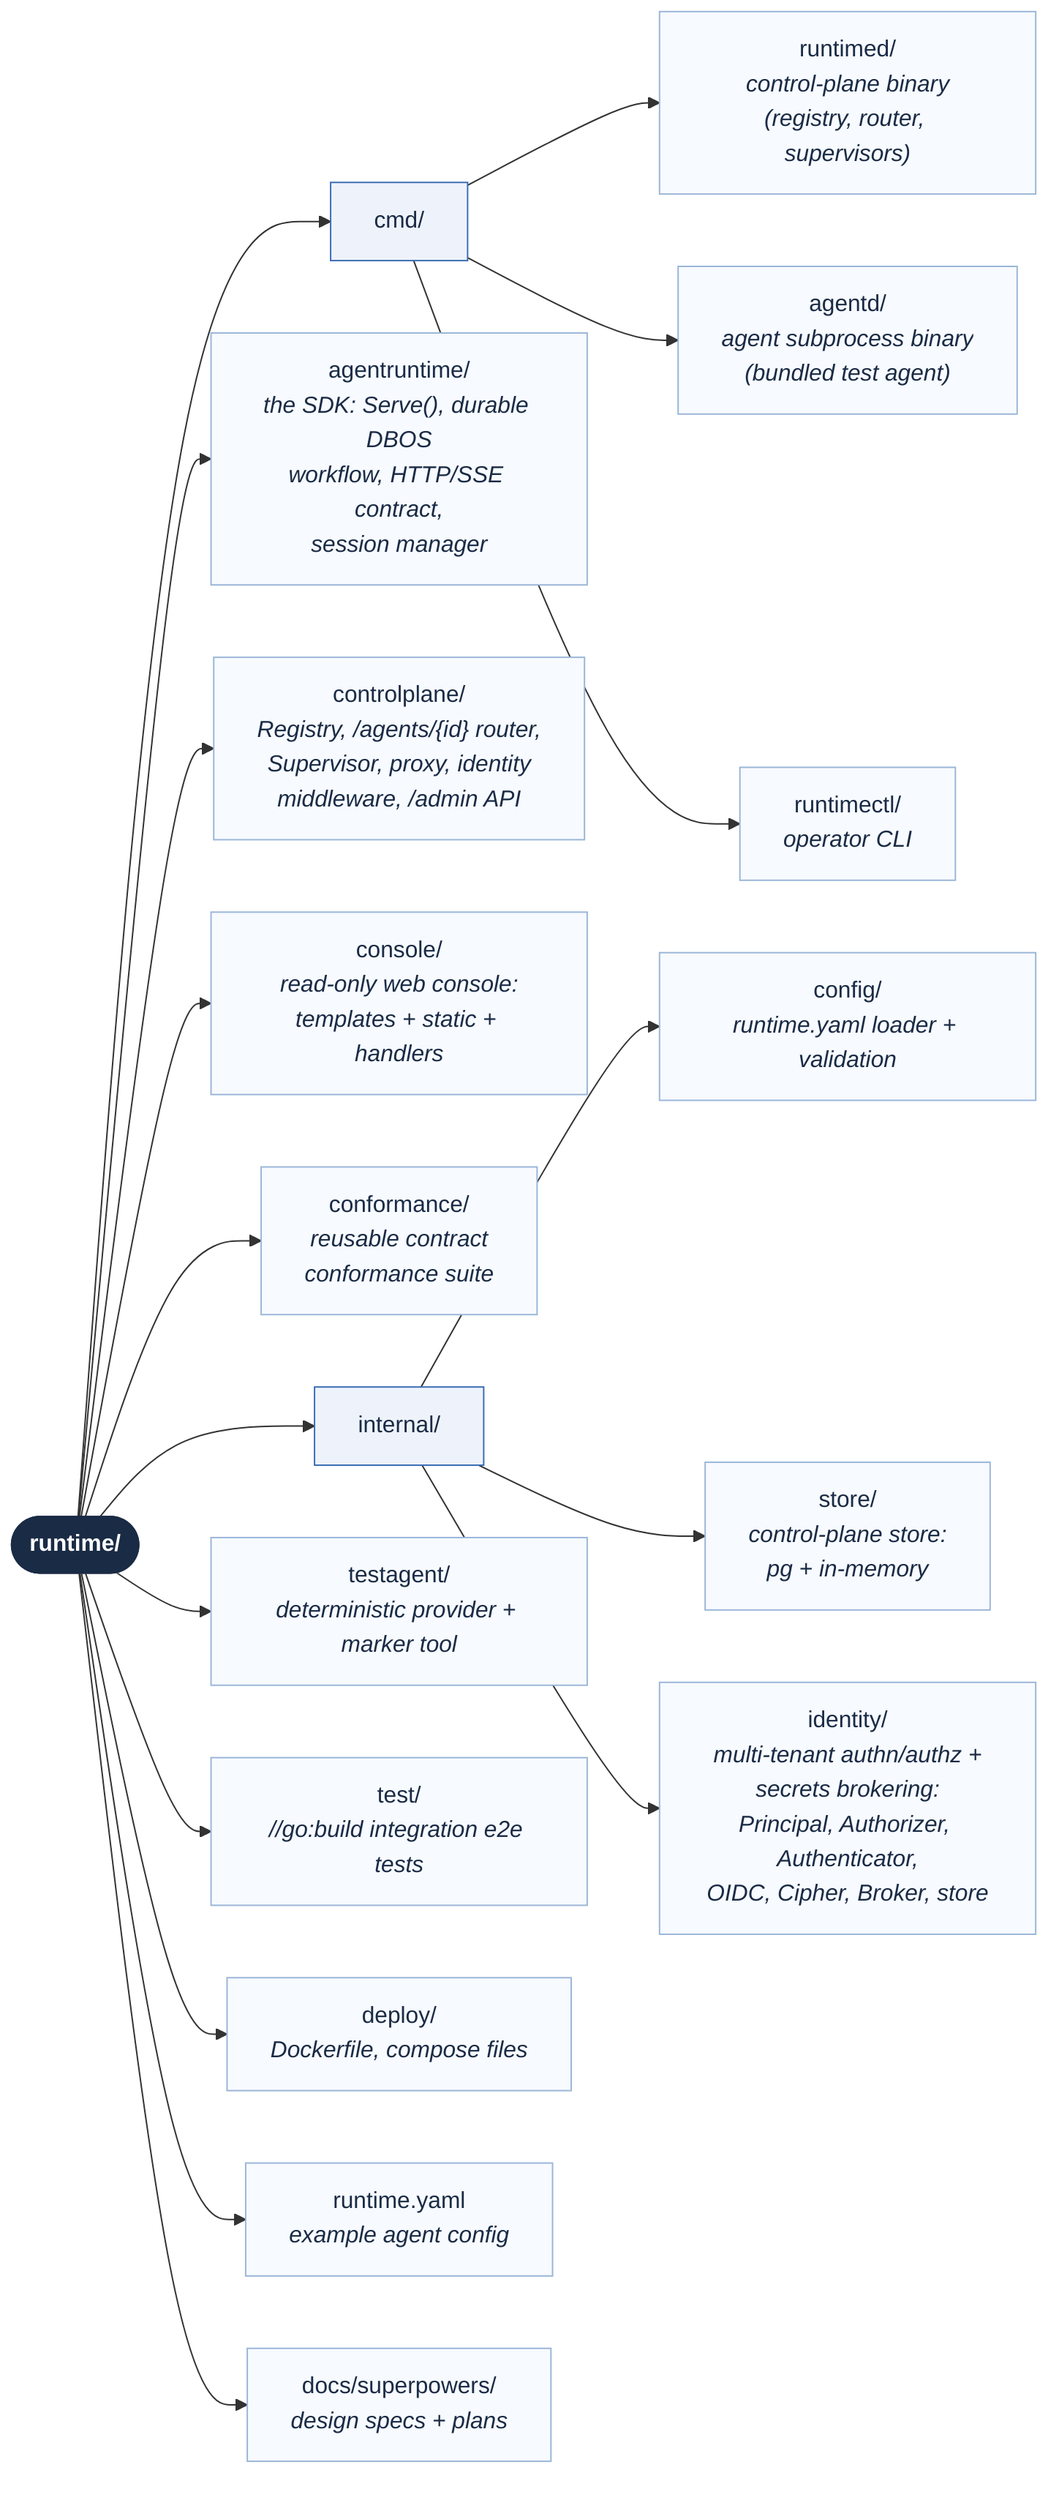
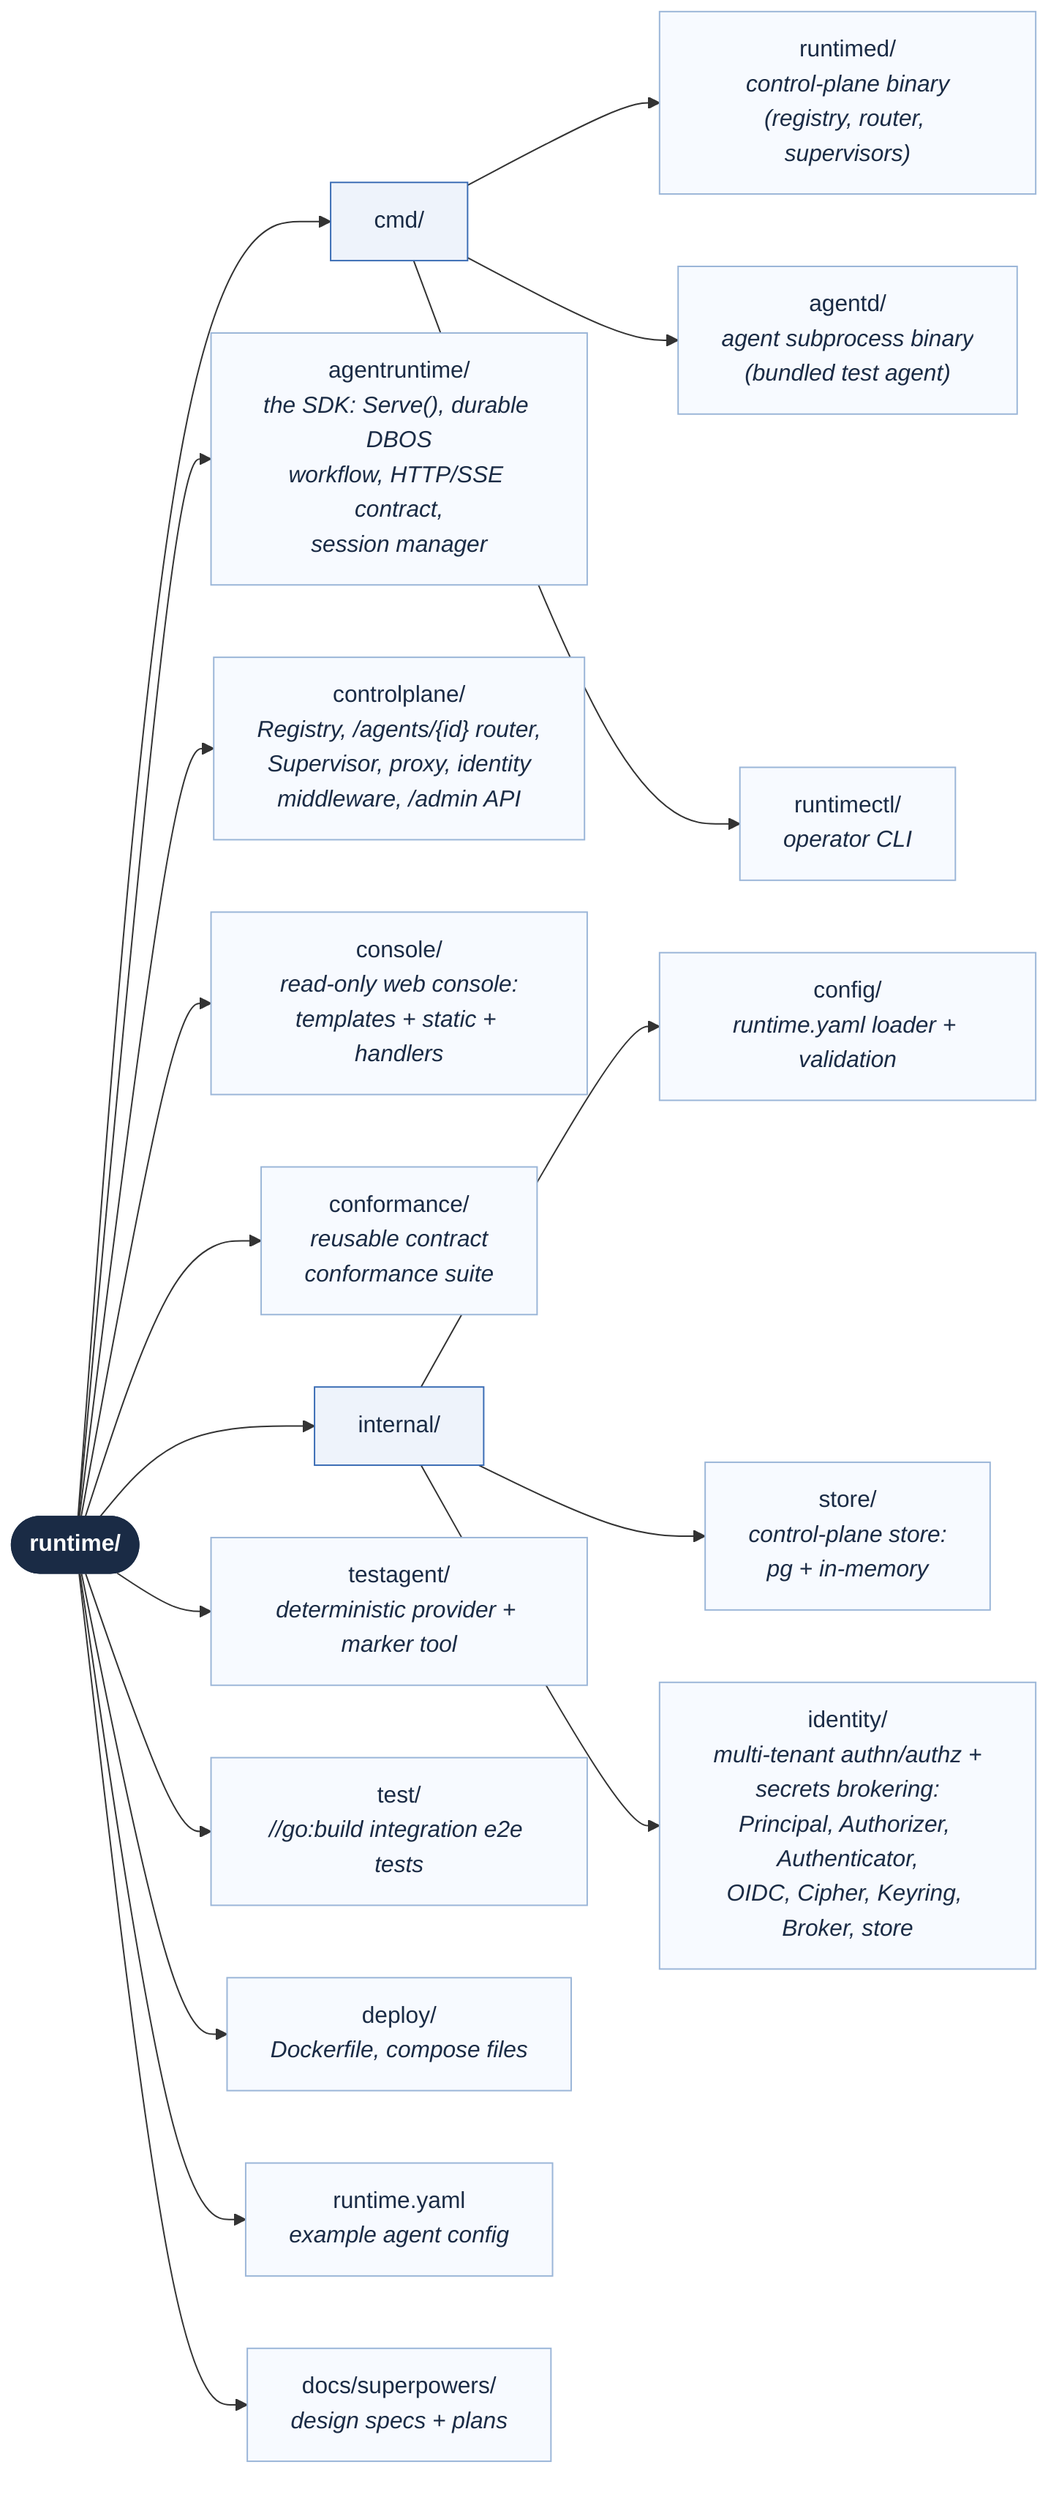
%% Runtime project layout (top-level packages and their responsibilities).
%% Render: mmdc -i project-layout.mmd -o project-layout.png -t neutral -b white -s 3
flowchart LR
    root(["runtime/"])

    cmd["cmd/"]
    runtimed_b["runtimed/<br/><i>control-plane binary<br/>(registry, router, supervisors)</i>"]
    agentd_b["agentd/<br/><i>agent subprocess binary<br/>(bundled test agent)</i>"]
    runtimectl_b["runtimectl/<br/><i>operator CLI</i>"]

    sdk["agentruntime/<br/><i>the SDK: Serve(), durable DBOS<br/>workflow, HTTP/SSE contract,<br/>session manager</i>"]
    ctrl["controlplane/<br/><i>Registry, /agents/{id} router,<br/>Supervisor, proxy, identity<br/>middleware, /admin API</i>"]
    console["console/<br/><i>read-only web console:<br/>templates + static + handlers</i>"]
    conf["conformance/<br/><i>reusable contract<br/>conformance suite</i>"]

    internal["internal/"]
    cfg["config/<br/><i>runtime.yaml loader + validation</i>"]
    store["store/<br/><i>control-plane store:<br/>pg + in-memory</i>"]
-     ident["identity/<br/><i>multi-tenant authn/authz +<br/>secrets brokering:<br/>Principal, Authorizer, Authenticator,<br/>OIDC, Cipher, Broker, store</i>"]
+     ident["identity/<br/><i>multi-tenant authn/authz +<br/>secrets brokering:<br/>Principal, Authorizer, Authenticator,<br/>OIDC, Cipher, Keyring, Broker, store</i>"]

    testagent["testagent/<br/><i>deterministic provider + marker tool</i>"]
    test["test/<br/><i>//go:build integration e2e tests</i>"]
    deploy["deploy/<br/><i>Dockerfile, compose files</i>"]
    yaml["runtime.yaml<br/><i>example agent config</i>"]
    docs["docs/superpowers/<br/><i>design specs + plans</i>"]

    root --> cmd
    cmd --> runtimed_b
    cmd --> agentd_b
    cmd --> runtimectl_b
    root --> sdk
    root --> ctrl
    root --> console
    root --> conf
    root --> internal
    internal --> cfg
    internal --> store
    internal --> ident
    root --> testagent
    root --> test
    root --> deploy
    root --> yaml
    root --> docs

    classDef dir fill:#eef3fb,stroke:#3b6db5,stroke-width:1px,color:#1a2b45;
    classDef leaf fill:#f7faff,stroke:#9bb6d8,stroke-width:1px,color:#1a2b45;
    classDef rootNode fill:#1a2b45,stroke:#1a2b45,color:#ffffff,font-weight:bold;

    class root rootNode;
    class cmd,internal dir;
    class runtimed_b,agentd_b,runtimectl_b,sdk,ctrl,console,conf,cfg,store,ident,testagent,test,deploy,yaml,docs leaf;
